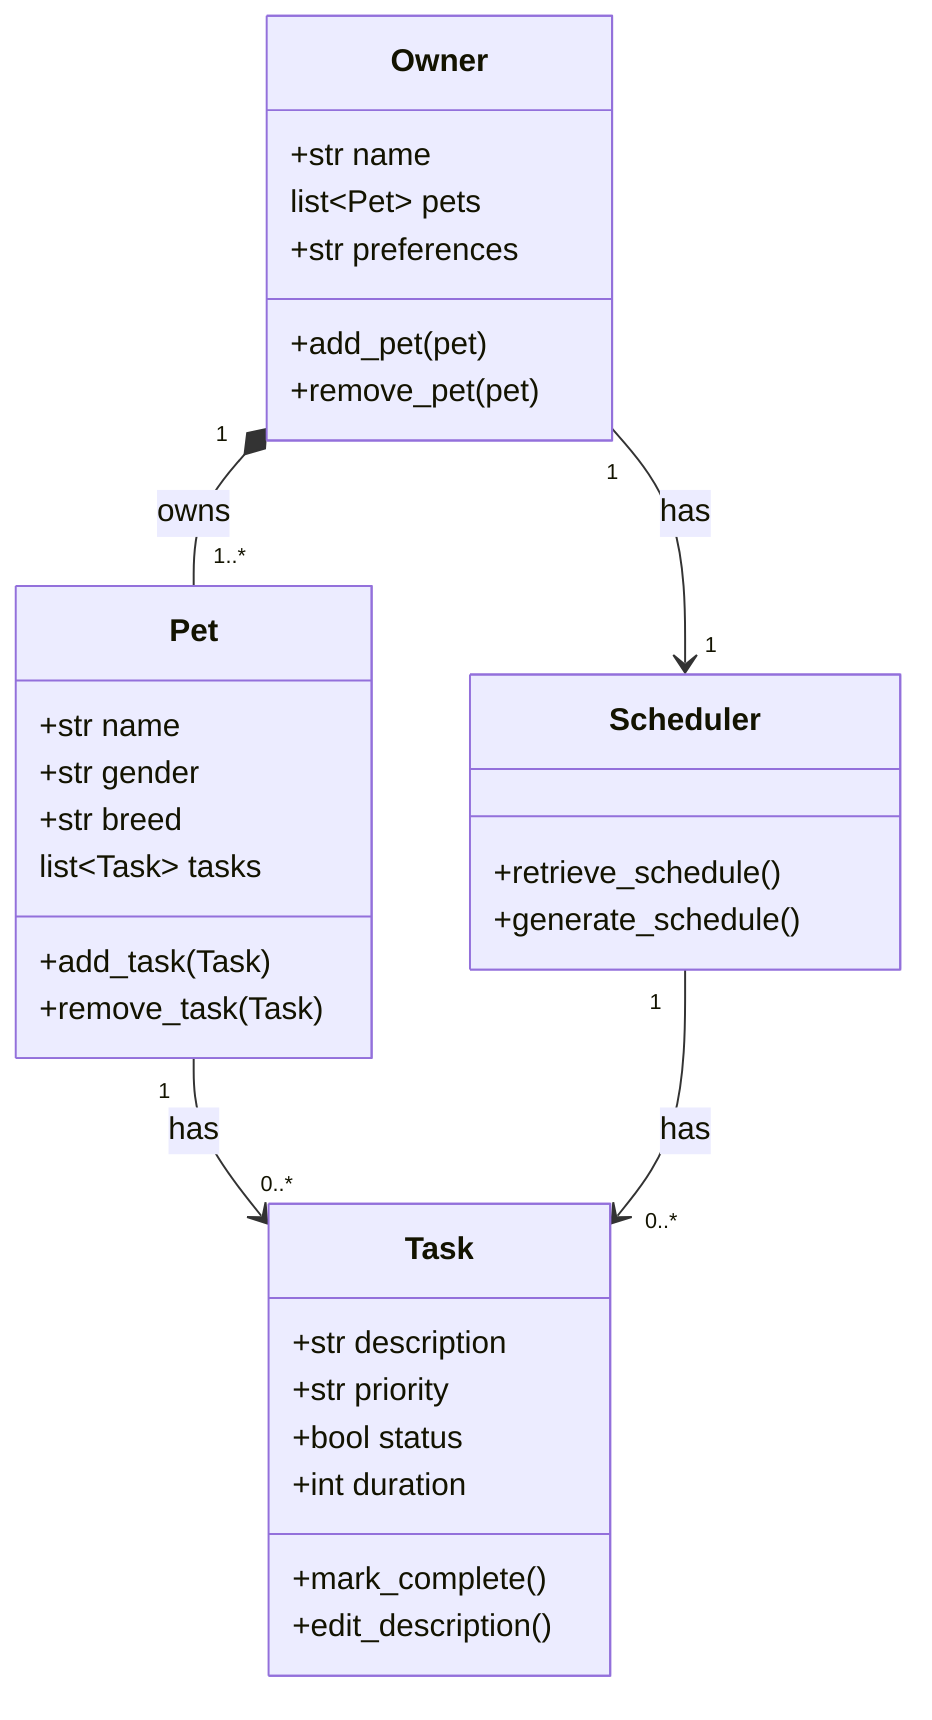
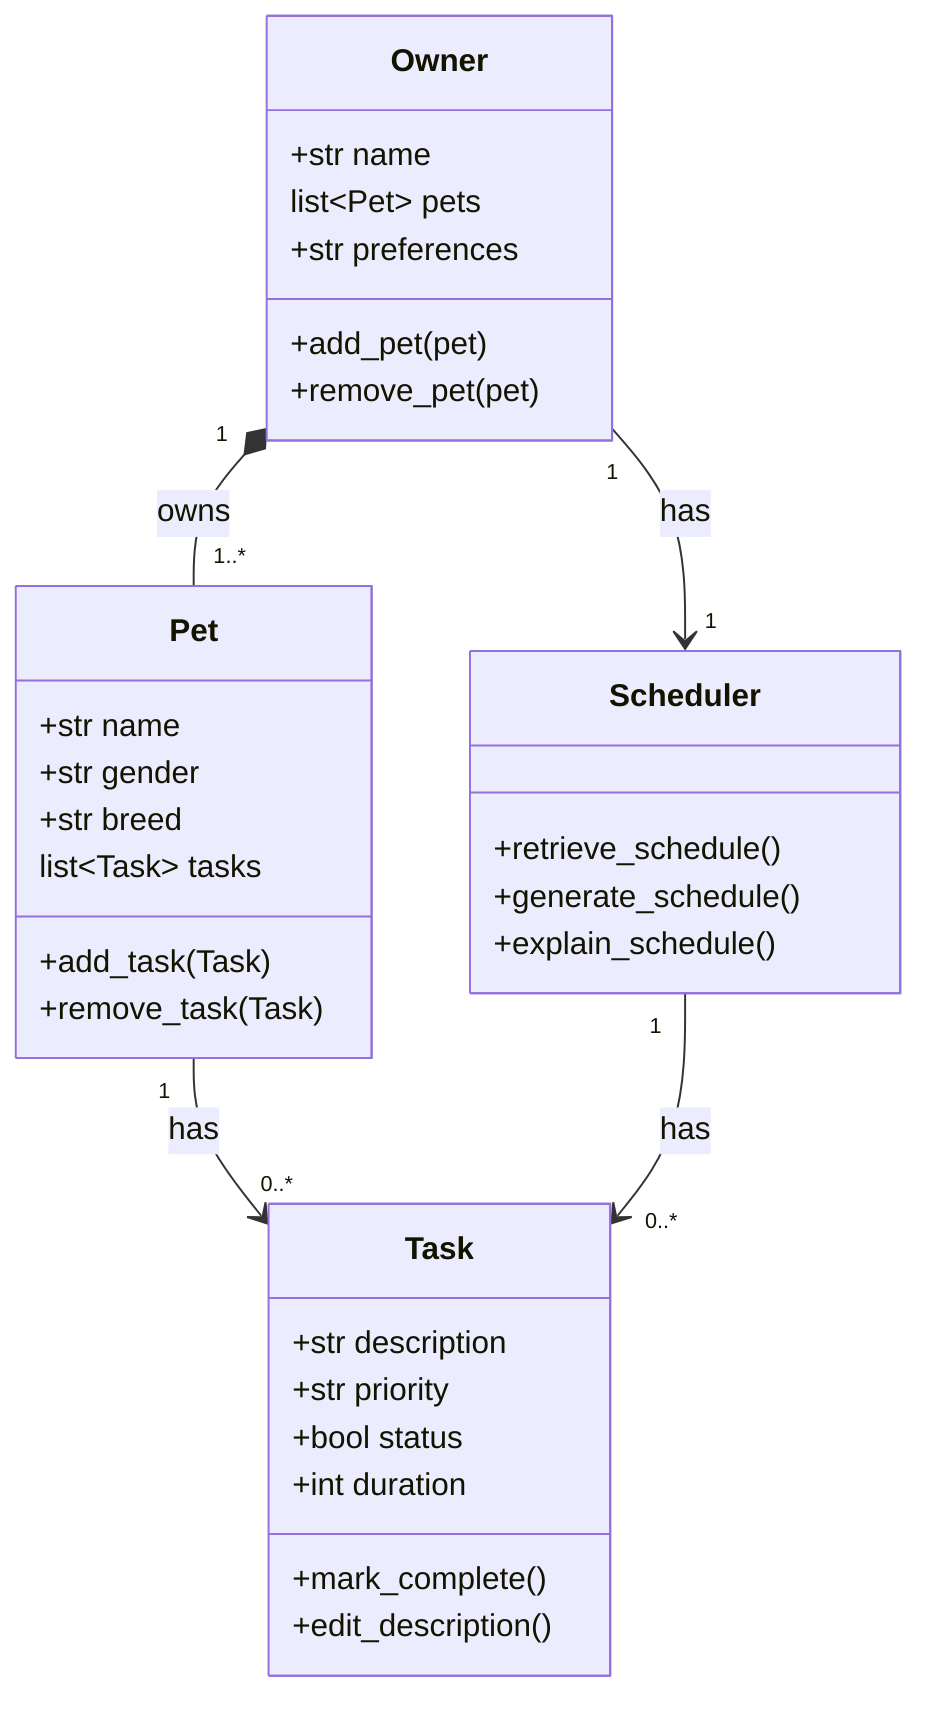
classDiagram
-     %% Replace the placeholders below with your actual classes, attributes, methods, and relationships.
-     %% Keep this file updated so it matches your final implementation.
- 
-     %% class ClassName {
-     %%    +type attribute
-     %%    +method() returnType
-     %% }
- 
-     %% class AnotherClass {
-     %%    +type attribute
-     %%    +method() returnType
-     %% }
- 
-     %% ClassName --> AnotherClass : relationship

    class Owner {
        +str name
        list~Pet~ pets
        +str preferences
        +add_pet(pet)
        +remove_pet(pet)
    }

    class Pet {
        +str name
        +str gender
        +str breed
        list~Task~ tasks
        +add_task(Task)
        +remove_task(Task)
    }

    class Task {
        +str description
        +str priority
        +bool status
        +int duration
        +mark_complete()
        +edit_description()
    }

    class Scheduler {
        +retrieve_schedule()
        +generate_schedule()
+         +explain_schedule()
    }

    Owner "1" *-- "1..*" Pet : owns
    Owner "1" --> "1" Scheduler : has
    Pet "1" --> "0..*" Task : has
    Scheduler "1" --> "0..*" Task : has